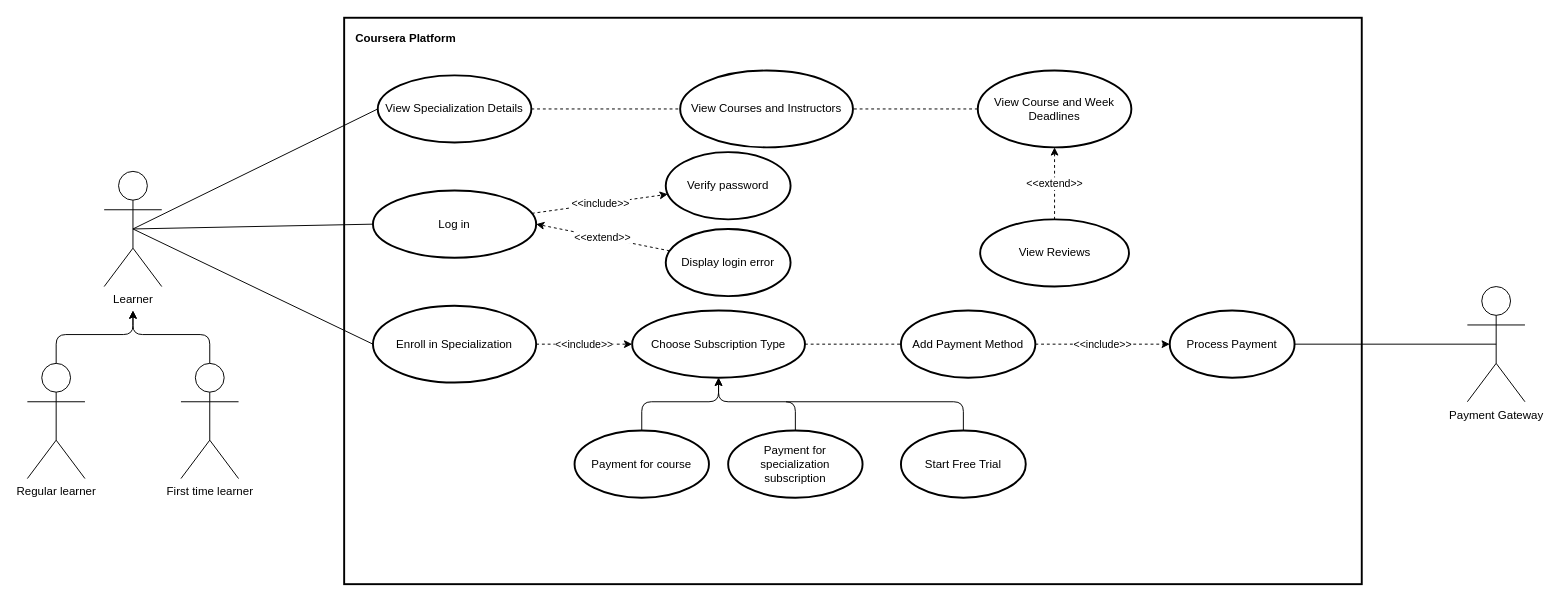
This is lab-1/diagram/01-specialization-enrollment-use-case.drawio from serafindanyil/pattern-labs-2026, a draw.io file, before an edit. Source tidied: cells renumbered, new cells numbered last; positions are measured from the earlier drawing's top-left corner, leaving out a move shared by most shapes. Both pictures are drawn from the tidied source at 96%, with x=0, y=0 at pixel (27, 17).
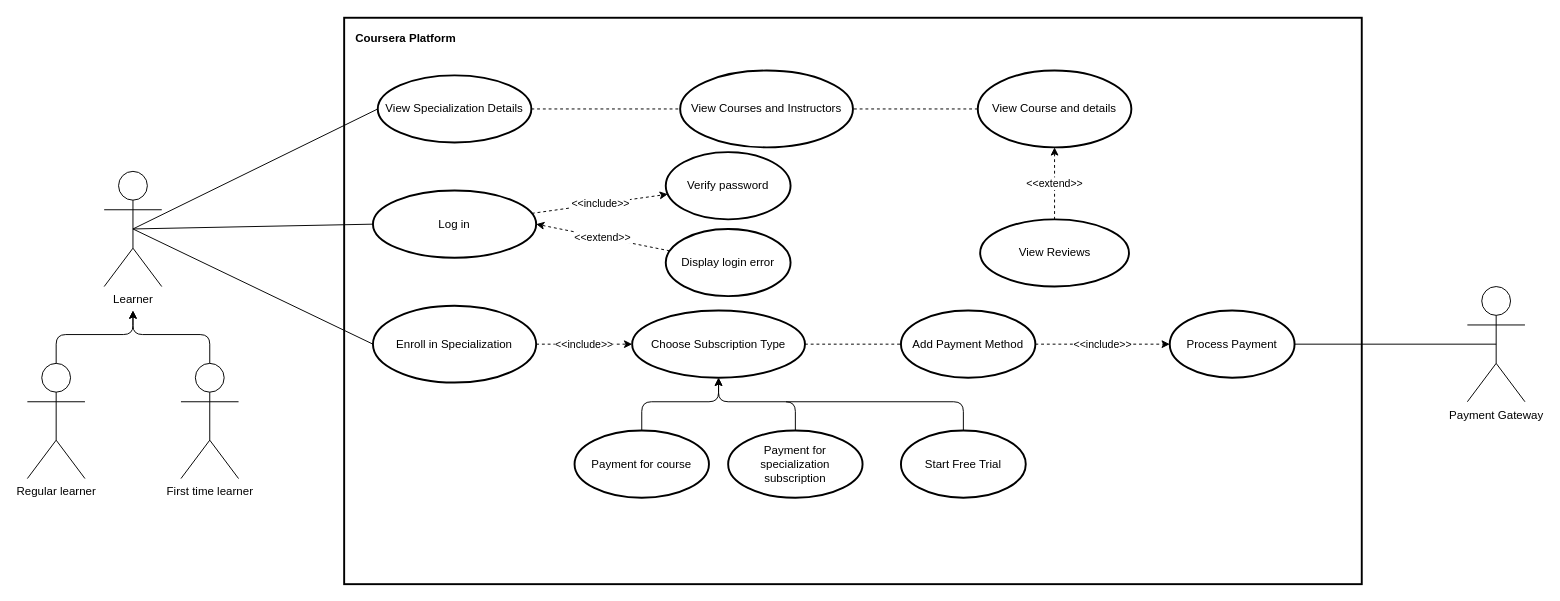
After the change.

Commit message (it also covers changes not shown here):
feat: added second classes diagram and edited use-case

What changed in the source:
```diff
@@
-    <mxCell id="15" value="View Course and Week Deadlines" style="ellipse;whiteSpace=wrap;html=1;strokeWidth=2;" parent="1" vertex="1">
+    <mxCell id="15" value="View Course and details" style="ellipse;whiteSpace=wrap;html=1;strokeWidth=2;" parent="1" vertex="1">
       <mxGeometry x="990" y="55" width="160" height="80" as="geometry" />
     </mxCell>
```
